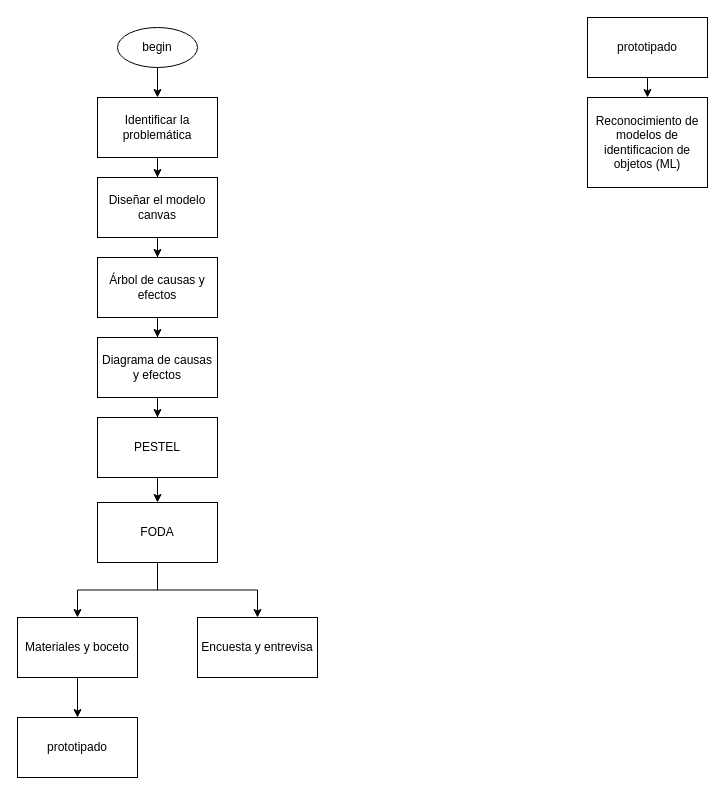
Earlier version of the draw.io diagram page "DesenvolvimientoPj" (1 of 2) of draw/smart_trash_can.drawio (luis10095/FD). Source tidied: cells renumbered, new cells numbered last; positions are measured from the earlier drawing's top-left corner, leaving out a move shared by most shapes. Both pictures are drawn from the tidied source at 100%, with x=0, y=0 at pixel (17, 17).
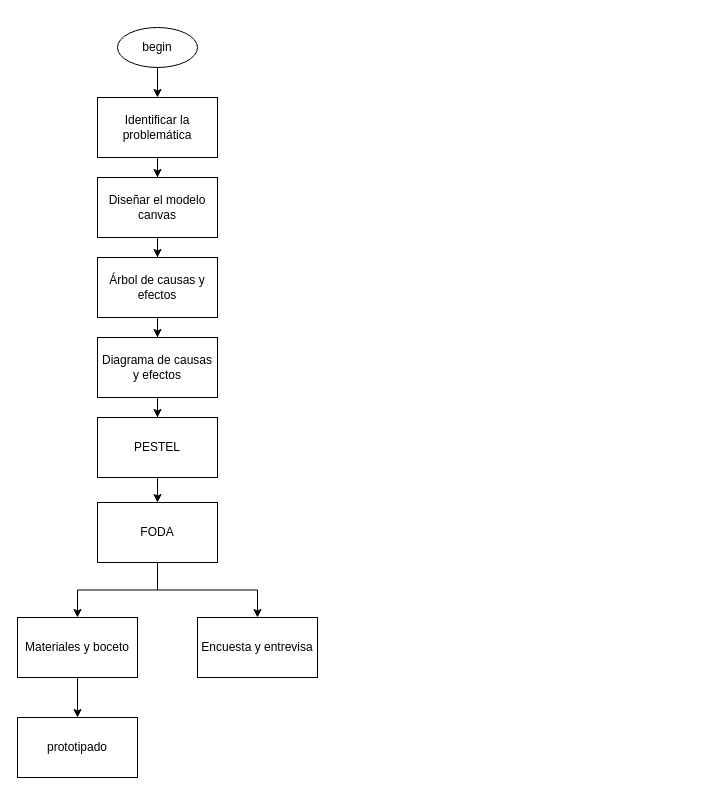
Above is the later version.

What changed in the source:
```diff
@@
-    <mxCell id="21" style="edgeStyle=none;rounded=0;jettySize=auto;html=1;entryX=0.5;entryY=0;entryDx=0;entryDy=0;" parent="1" edge="1" source="22" target="23">
-      <mxGeometry relative="1" as="geometry" />
-    </mxCell>
-    <mxCell id="22" value="prototipado" style="whiteSpace=wrap;html=1;" parent="1" vertex="1">
-      <mxGeometry x="570" width="120" height="60" as="geometry" />
-    </mxCell>
-    <mxCell id="23" value="Reconocimiento de modelos de identificacion de objetos (ML)" style="whiteSpace=wrap;html=1;" parent="1" vertex="1">
-      <mxGeometry x="570" y="80" width="120" height="90" as="geometry" />
-    </mxCell>
```
